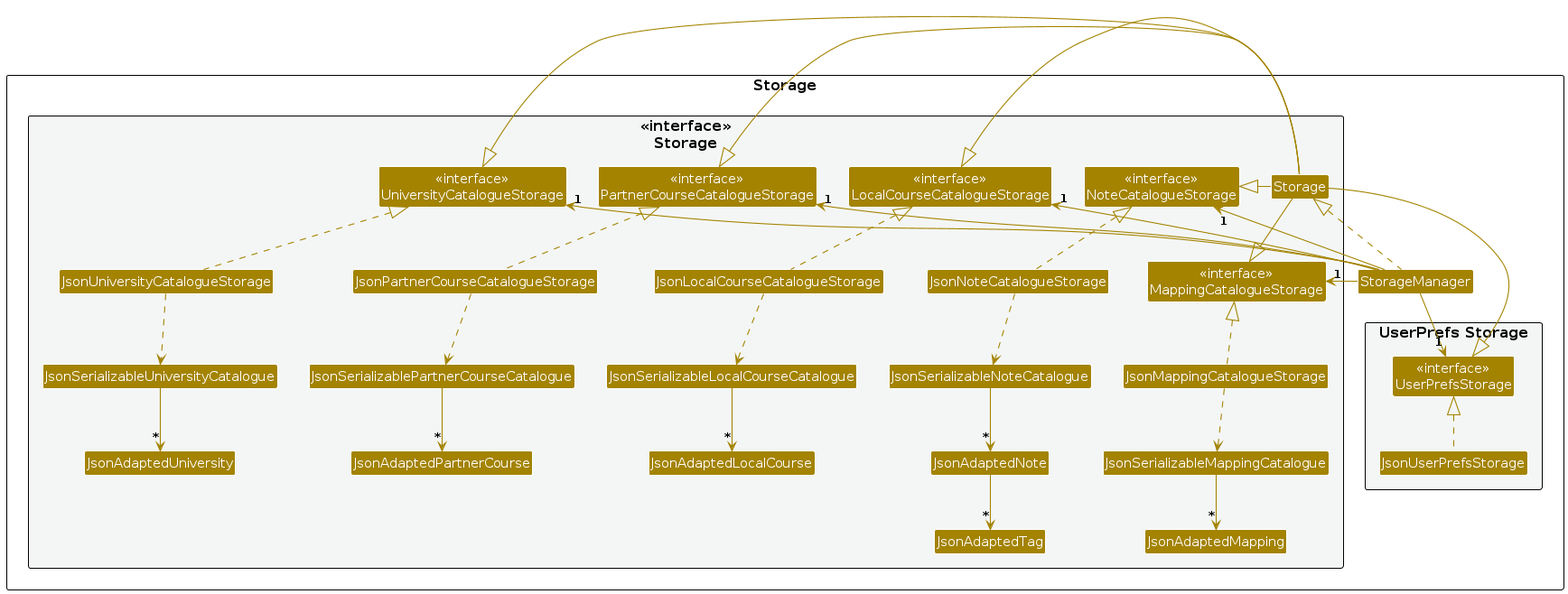
This is diagrams/StorageClassDiagram.png from alyssaongyx/tp, a PlantUML export, as it was before one commit. Its source is kept beside it as diagrams/StorageClassDiagram.puml.
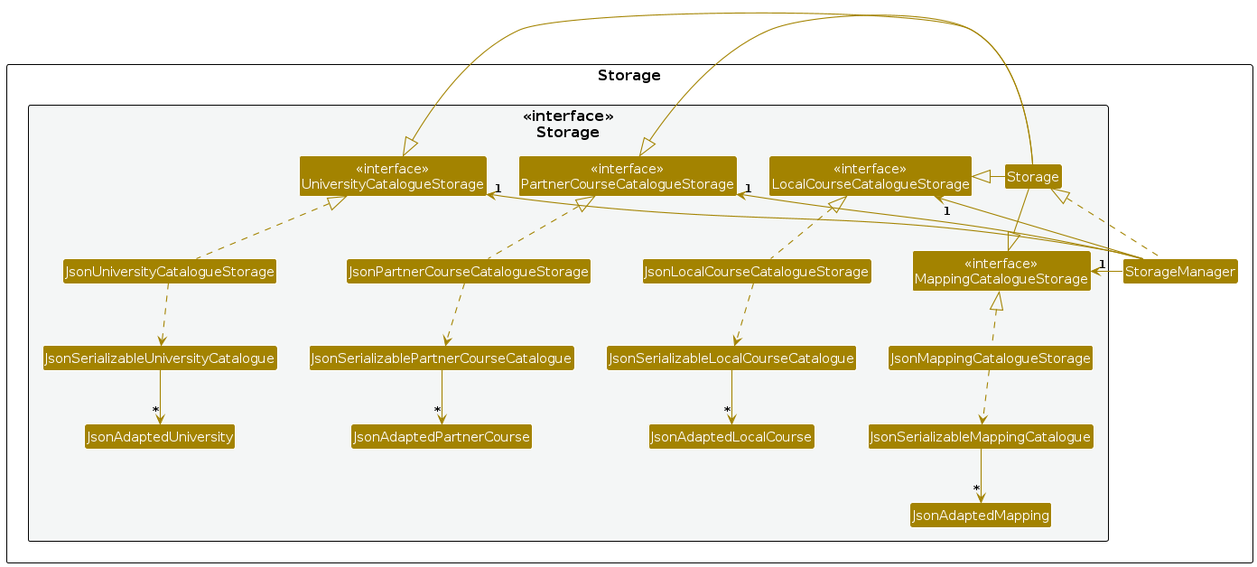
The same diagram one commit later.

The edit, as a diff of the source:
```diff
@@ -5,11 +5,6 @@
 skinparam classBackgroundColor STORAGE_COLOR
 
 package Storage as StoragePackage {
-
-package "UserPrefs Storage" #F4F6F6{
-Class "<<interface>>\nUserPrefsStorage" as UserPrefsStorage
-Class JsonUserPrefsStorage
-}
 
 Class "<<interface>>\nStorage" as Storage
 Class StorageManager
@@ -19,7 +14,6 @@
 Class "<<interface>>\nPartnerCourseCatalogueStorage" as PartnerCourseCatalogueStorage
 Class "<<interface>>\nUniversityCatalogueStorage" as UniversityCatalogueStorage
 Class "<<interface>>\nMappingCatalogueStorage" as MappingCatalogueStorage
-Class "<<interface>>\nNoteCatalogueStorage" as NoteCatalogueStorage
 
 Class JsonLocalCourseCatalogueStorage
 Class JsonSerializableLocalCourseCatalogue
@@ -29,33 +23,22 @@
 Class JsonSerializableUniversityCatalogue
 Class JsonMappingCatalogueStorage
 Class JsonSerializableMappingCatalogue
-Class JsonNoteCatalogueStorage
-Class JsonSerializableNoteCatalogue
 
-Class JsonAdaptedTag
 Class JsonAdaptedLocalCourse
 Class JsonAdaptedPartnerCourse
 Class JsonAdaptedMapping
 Class JsonAdaptedUniversity
-Class JsonAdaptedNote
 
 StorageManager .up.|> Storage
-StorageManager -down-> "1" UserPrefsStorage
 StorageManager -up-> "1" LocalCourseCatalogueStorage
 StorageManager -up-> "1" PartnerCourseCatalogueStorage
 StorageManager -down-> "1" MappingCatalogueStorage
 StorageManager -up-> "1" UniversityCatalogueStorage
-StorageManager -up-> "1" NoteCatalogueStorage
 
 Storage -left-|> LocalCourseCatalogueStorage
 Storage -left-|> PartnerCourseCatalogueStorage
 Storage -left-|> UniversityCatalogueStorage
 Storage -down-|> MappingCatalogueStorage
-Storage -right-|> NoteCatalogueStorage
-Storage -right-|> UserPrefsStorage
-
-
-JsonUserPrefsStorage .up.|> UserPrefsStorage
 
 JsonLocalCourseCatalogueStorage .up.|> LocalCourseCatalogueStorage
 JsonLocalCourseCatalogueStorage ..> JsonSerializableLocalCourseCatalogue
@@ -73,8 +56,4 @@
 JsonMappingCatalogueStorage ..> JsonSerializableMappingCatalogue
 JsonSerializableMappingCatalogue --> "*" JsonAdaptedMapping
 
-JsonNoteCatalogueStorage .up.|> NoteCatalogueStorage
-JsonNoteCatalogueStorage ..> JsonSerializableNoteCatalogue
-JsonSerializableNoteCatalogue --> "*" JsonAdaptedNote
-JsonAdaptedNote --> "*" JsonAdaptedTag
 @enduml
```
